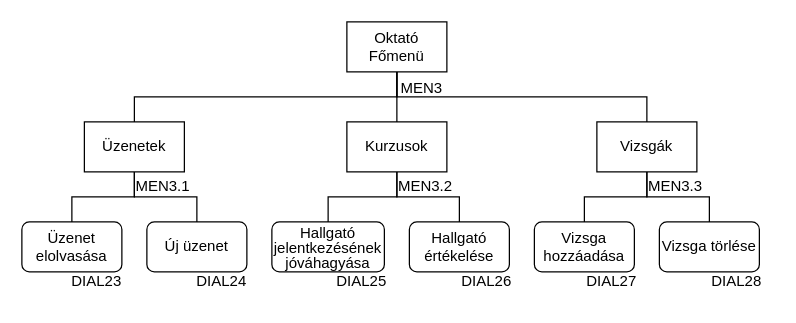
This is ssadm/Menütervek/oktato_menuterv.drawio from SzoDavid/murica, a draw.io file, before an edit. Source tidied: cells renumbered, new cells numbered last; positions are measured from the earlier drawing's top-left corner, leaving out a move shared by most shapes. Both pictures are drawn from the tidied source at 125%, with x=0, y=0 at pixel (21, 21).
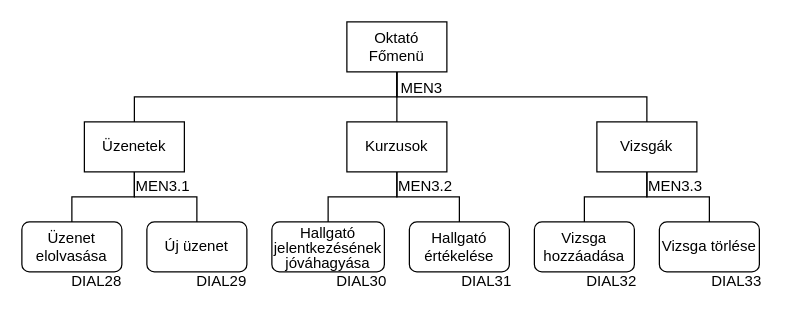
The same diagram, later.

Change to the diagram source:
```diff
@@
-    <mxCell id="25" value="DIAL23" style="text;html=1;strokeColor=none;fillColor=none;align=center;verticalAlign=middle;whiteSpace=wrap;rounded=0;" parent="1" vertex="1">
+    <mxCell id="25" value="DIAL28" style="text;html=1;strokeColor=none;fillColor=none;align=center;verticalAlign=middle;whiteSpace=wrap;rounded=0;" parent="1" vertex="1">
       <mxGeometry x="30" y="193" width="60" height="30" as="geometry" />
     </mxCell>
-    <mxCell id="26" value="DIAL24" style="text;html=1;strokeColor=none;fillColor=none;align=center;verticalAlign=middle;whiteSpace=wrap;rounded=0;" parent="1" vertex="1">
+    <mxCell id="26" value="DIAL29" style="text;html=1;strokeColor=none;fillColor=none;align=center;verticalAlign=middle;whiteSpace=wrap;rounded=0;" parent="1" vertex="1">
       <mxGeometry x="130" y="193" width="60" height="30" as="geometry" />
     </mxCell>
-    <mxCell id="27" value="DIAL25" style="text;html=1;strokeColor=none;fillColor=none;align=center;verticalAlign=middle;whiteSpace=wrap;rounded=0;" parent="1" vertex="1">
+    <mxCell id="27" value="DIAL30" style="text;html=1;strokeColor=none;fillColor=none;align=center;verticalAlign=middle;whiteSpace=wrap;rounded=0;" parent="1" vertex="1">
       <mxGeometry x="242" y="193" width="60" height="30" as="geometry" />
     </mxCell>
-    <mxCell id="28" value="DIAL26" style="text;html=1;strokeColor=none;fillColor=none;align=center;verticalAlign=middle;whiteSpace=wrap;rounded=0;" parent="1" vertex="1">
+    <mxCell id="28" value="DIAL31" style="text;html=1;strokeColor=none;fillColor=none;align=center;verticalAlign=middle;whiteSpace=wrap;rounded=0;" parent="1" vertex="1">
       <mxGeometry x="342" y="193" width="60" height="30" as="geometry" />
     </mxCell>
-    <mxCell id="29" value="DIAL27" style="text;html=1;strokeColor=none;fillColor=none;align=center;verticalAlign=middle;whiteSpace=wrap;rounded=0;" parent="1" vertex="1">
+    <mxCell id="29" value="DIAL32" style="text;html=1;strokeColor=none;fillColor=none;align=center;verticalAlign=middle;whiteSpace=wrap;rounded=0;" parent="1" vertex="1">
       <mxGeometry x="442" y="193" width="60" height="30" as="geometry" />
     </mxCell>
-    <mxCell id="30" value="DIAL28" style="text;html=1;strokeColor=none;fillColor=none;align=center;verticalAlign=middle;whiteSpace=wrap;rounded=0;" parent="1" vertex="1">
+    <mxCell id="30" value="DIAL33" style="text;html=1;strokeColor=none;fillColor=none;align=center;verticalAlign=middle;whiteSpace=wrap;rounded=0;" parent="1" vertex="1">
       <mxGeometry x="542" y="193" width="60" height="30" as="geometry" />
     </mxCell>
```
